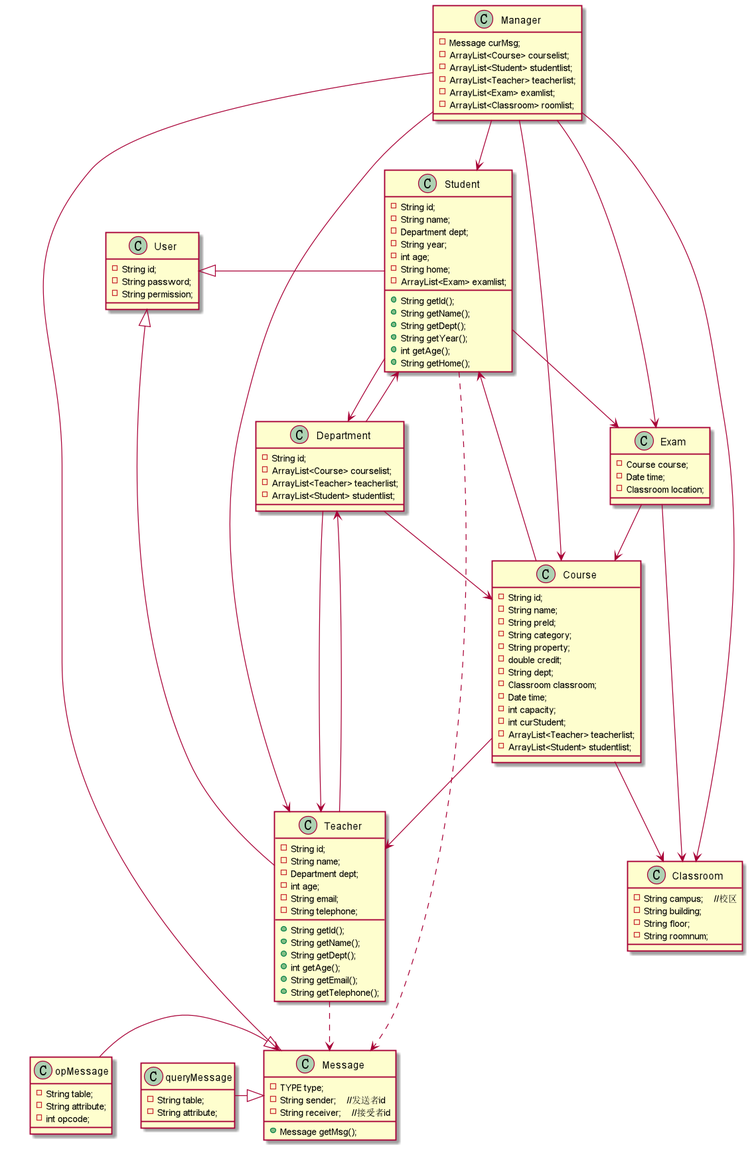
cpfy/EMS keeps this PlantUML diagram as img/class_uml.png. Above is the earlier version.
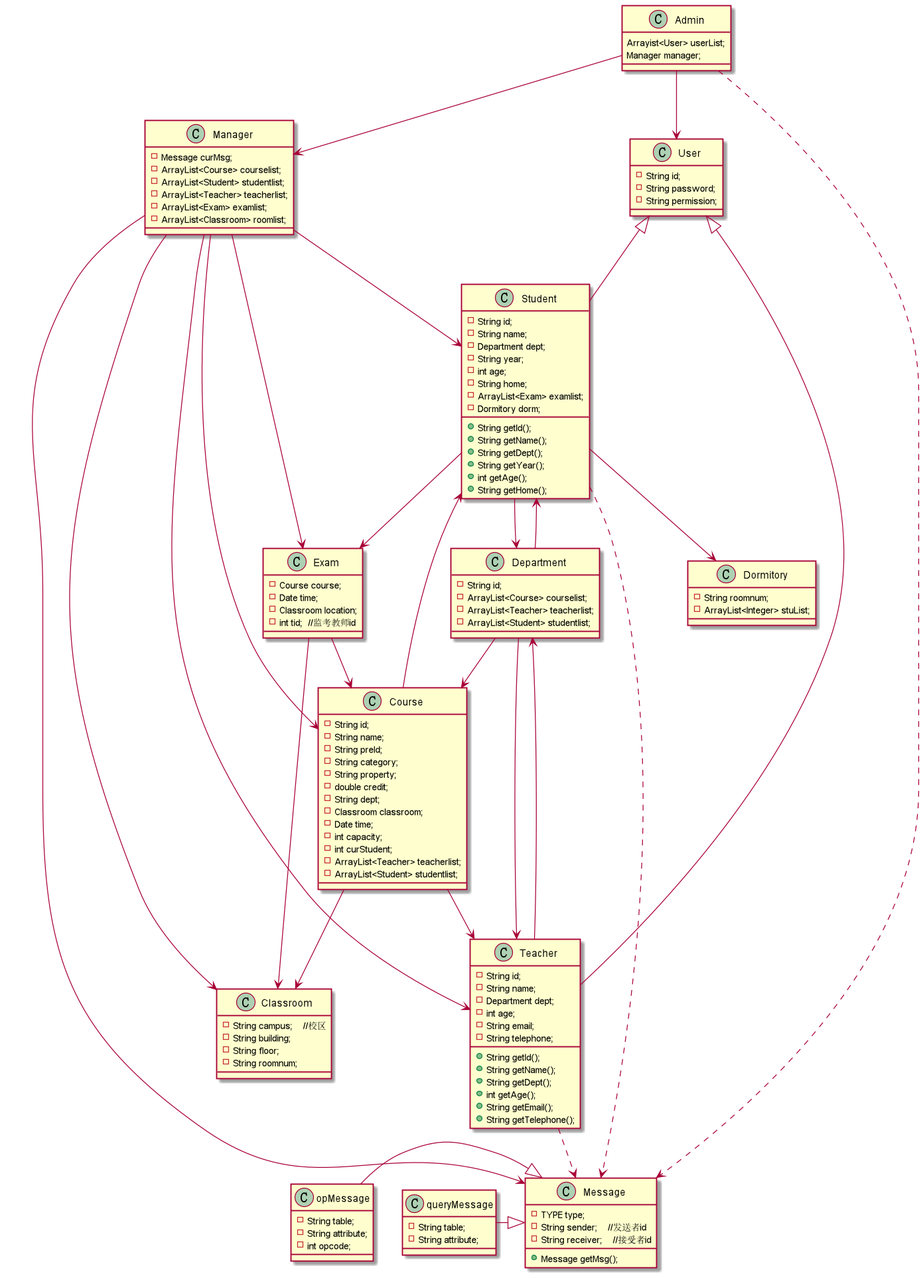
The same file after the commit.

Commit message:
加入数据流图；完善类图

Diff of the diagram source:
```diff
@@ -8,6 +8,7 @@
     - int age;
     - String home;
     - ArrayList<Exam> examlist;
+    - Dormitory dorm;
     + String getId();
     + String getName();
     + String getDept();
@@ -18,6 +19,7 @@
 
 Student --> Department
 Student --> Exam
+Student --> Dormitory
 Student ..> Message
 
 class Teacher {
@@ -37,6 +39,15 @@
 
 Teacher --> Department
 Teacher ..> Message
+
+Class Admin {
+    Arrayist<User> userList;
+    Manager manager;
+}
+
+Admin --> User
+Admin --> Manager
+Admin ..> Message
 
 class Course {
     - String id;
@@ -76,10 +87,16 @@
     - String roomnum;
 }
 
+class Dormitory {
+    - String roomnum;
+    - ArrayList<Integer> stuList;
+}
+
 class Exam {
     - Course course;
     - Date time;
     - Classroom location;
+    - int tid;  //监考教师id
 }
 
 Exam --> Course
```
